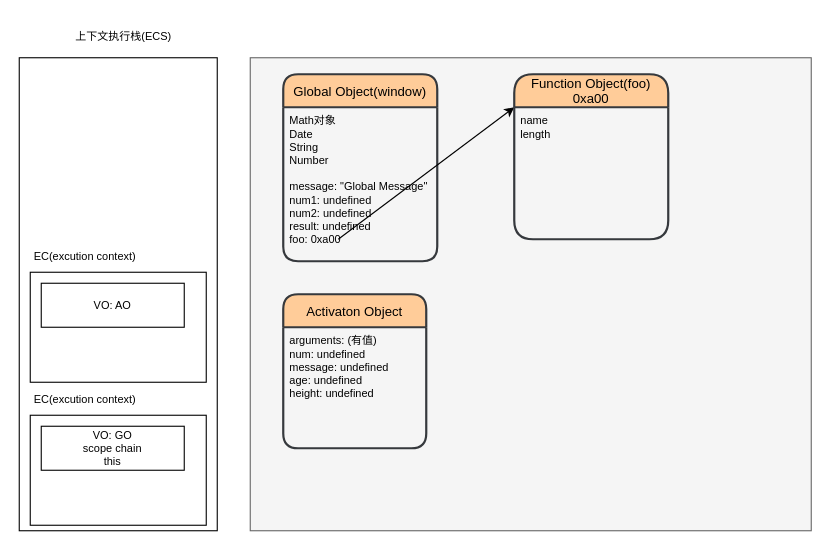
Before: page "执行前" (1 of 2) of Learn_JavaScript_Advance/02_浏览器和JS的原理/draw/02_函数代码的执行过程.dio in AylaHuwangwl/Js-advanced, a draw.io diagram. Source tidied: cells renumbered, new cells numbered last; positions are measured from the earlier drawing's top-left corner, leaving out a move shared by most shapes. Both pictures are drawn from the tidied source at 110%, with x=0, y=0 at pixel (19, 19).
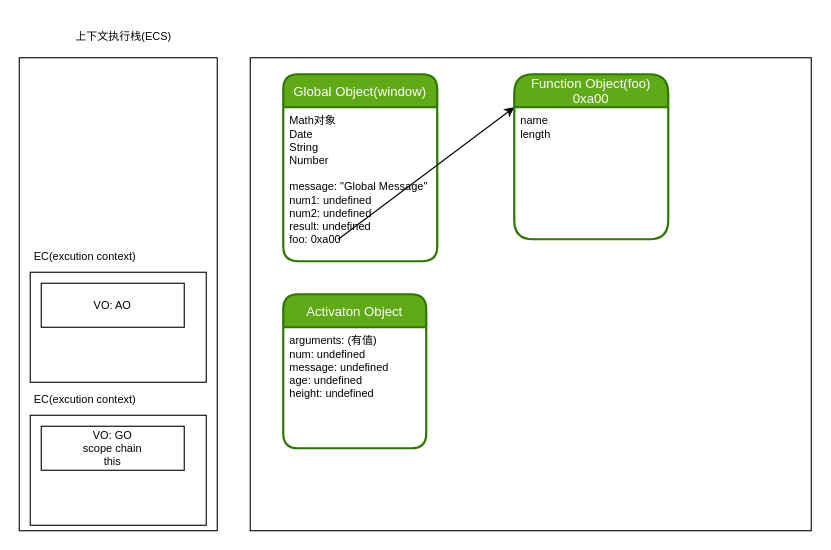
After the change.

Diff of the diagram source:
```diff
@@
 <mxGraphModel>
   <root>
     <mxCell id="0" />
     <mxCell id="1" parent="0" />
     <mxCell id="2" style="rounded=0;whiteSpace=wrap;html=1;" parent="1" vertex="1">
       <mxGeometry y="35" width="180" height="430" as="geometry" />
     </mxCell>
-    <mxCell id="3" style="rounded=0;whiteSpace=wrap;html=1;fillColor=#f5f5f5;strokeColor=#666666;fontColor=#333333;" parent="1" vertex="1">
+    <mxCell id="3" style="rounded=0;whiteSpace=wrap;html=1;" parent="1" vertex="1">
       <mxGeometry x="210" y="35" width="510" height="430" as="geometry" />
     </mxCell>
-    <mxCell id="4" value="Global Object(window)" style="swimlane;horizontal=1;startSize=30;rounded=1;fontSize=12;fontStyle=0;strokeWidth=2;shadow=0;dashed=0;align=center;fillColor=#ffcc99;strokeColor=#36393d;" parent="1" vertex="1">
+    <mxCell id="4" value="Global Object(window)" style="swimlane;horizontal=1;startSize=30;rounded=1;fontSize=12;fontStyle=0;strokeWidth=2;shadow=0;dashed=0;align=center;fillColor=#60a917;strokeColor=#2D7600;fontColor=#ffffff;" parent="1" vertex="1">
       <mxGeometry x="240" y="50" width="140" height="170" as="geometry" />
     </mxCell>
     <mxCell id="5" value="Math对象&#10;Date&#10;String&#10;Number&#10;&#10;message: &quot;Global Message&quot;&#10;num1: undefined&#10;num2: undefined&#10;result: undefined&#10;foo: 0xa00" style="align=left;strokeColor=none;fillColor=none;spacingLeft=4;fontSize=10;verticalAlign=top;" parent="4" vertex="1">
       <mxGeometry y="30" width="140" height="140" as="geometry" />
     </mxCell>
     <mxCell id="6" style="endArrow=classic;html=1;fontSize=10;entryX=0;entryY=0;entryDx=0;entryDy=0;" parent="4" edge="1" target="11">
       <mxGeometry relative="1" as="geometry">
         <mxPoint x="50" y="150" as="sourcePoint" />
       </mxGeometry>
     </mxCell>
     <mxCell id="7" value="上下文执行栈(ECS)" style="text;html=1;strokeColor=none;fillColor=none;align=center;verticalAlign=middle;whiteSpace=wrap;rounded=0;fontSize=10;" parent="1" vertex="1">
       <mxGeometry x="50" width="90" height="30" as="geometry" />
     </mxCell>
     <mxCell id="8" style="rounded=0;whiteSpace=wrap;html=1;fontSize=10;" parent="1" vertex="1">
       <mxGeometry x="10" y="360" width="160" height="100" as="geometry" />
     </mxCell>
     <mxCell id="9" value="EC(excution context)" style="text;html=1;strokeColor=none;fillColor=none;align=center;verticalAlign=middle;whiteSpace=wrap;rounded=0;fontSize=10;" parent="1" vertex="1">
       <mxGeometry x="10" y="330" width="100" height="30" as="geometry" />
     </mxCell>
-    <mxCell id="10" value="Function Object(foo)&#10;0xa00" style="swimlane;horizontal=1;startSize=30;rounded=1;fontSize=12;fontStyle=0;strokeWidth=2;shadow=0;dashed=0;align=center;fillColor=#ffcc99;strokeColor=#36393d;arcSize=19;" parent="1" vertex="1">
+    <mxCell id="10" value="Function Object(foo)&#10;0xa00" style="swimlane;horizontal=1;startSize=30;rounded=1;fontSize=12;fontStyle=0;strokeWidth=2;shadow=0;dashed=0;align=center;fillColor=#60a917;strokeColor=#2D7600;arcSize=19;fontColor=#ffffff;" parent="1" vertex="1">
       <mxGeometry x="450" y="50" width="140" height="150" as="geometry" />
     </mxCell>
     <mxCell id="11" value="name&#10;length" style="align=left;strokeColor=none;fillColor=none;spacingLeft=4;fontSize=10;verticalAlign=top;" parent="10" vertex="1">
       <mxGeometry y="30" width="140" height="120" as="geometry" />
     </mxCell>
     <mxCell id="12" value="VO: GO&lt;br&gt;scope chain&lt;br&gt;this" style="rounded=0;whiteSpace=wrap;html=1;fontSize=10;" parent="1" vertex="1">
       <mxGeometry x="20" y="370" width="130" height="40" as="geometry" />
     </mxCell>
     <mxCell id="13" style="rounded=0;whiteSpace=wrap;html=1;fontSize=10;" parent="1" vertex="1">
       <mxGeometry x="10" y="230" width="160" height="100" as="geometry" />
     </mxCell>
     <mxCell id="14" value="EC(excution context)" style="text;html=1;strokeColor=none;fillColor=none;align=center;verticalAlign=middle;whiteSpace=wrap;rounded=0;fontSize=10;" parent="1" vertex="1">
       <mxGeometry x="10" y="200" width="100" height="30" as="geometry" />
     </mxCell>
     <mxCell id="15" value="VO: AO" style="rounded=0;whiteSpace=wrap;html=1;fontSize=10;" parent="1" vertex="1">
       <mxGeometry x="20" y="240" width="130" height="40" as="geometry" />
     </mxCell>
-    <mxCell id="16" value="Activaton Object" style="swimlane;horizontal=1;startSize=30;rounded=1;fontSize=12;fontStyle=0;strokeWidth=2;shadow=0;dashed=0;align=center;fillColor=#ffcc99;strokeColor=#36393d;" parent="1" vertex="1">
+    <mxCell id="16" value="Activaton Object" style="swimlane;horizontal=1;startSize=30;rounded=1;fontSize=12;fontStyle=0;strokeWidth=2;shadow=0;dashed=0;align=center;fillColor=#60a917;strokeColor=#2D7600;fontColor=#ffffff;" parent="1" vertex="1">
       <mxGeometry x="240" y="250" width="130" height="140" as="geometry" />
     </mxCell>
     <mxCell id="17" value="arguments: (有值)&#10;num: undefined&#10;message: undefined&#10;age: undefined&#10;height: undefined" style="align=left;strokeColor=none;fillColor=none;spacingLeft=4;fontSize=10;verticalAlign=top;" parent="16" vertex="1">
       <mxGeometry y="30" width="130" height="110" as="geometry" />
     </mxCell>
   </root>
 </mxGraphModel>
```
